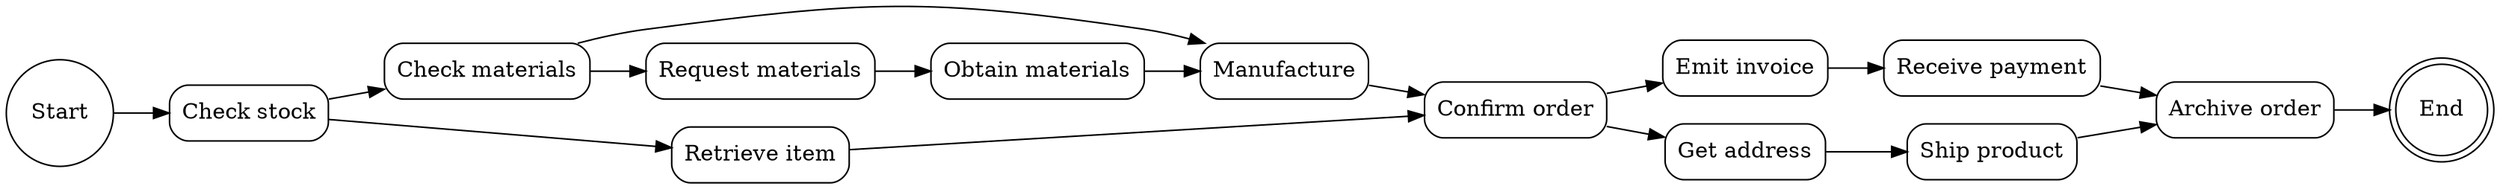
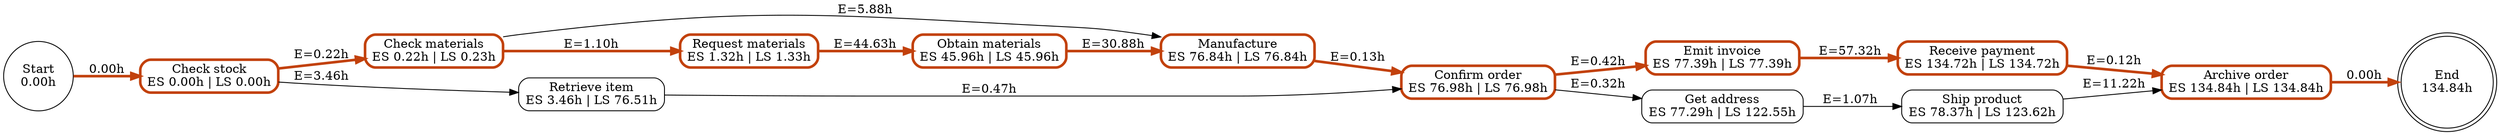
digraph alpha_net {
  rankdir=LR;
  node [shape=box, style="rounded"];
-   start [label="Start", shape=circle];
-   end [label="End", shape=doublecircle];
-   "Archive order" [label="Archive order"];
-   "Check materials availability" [label="Check materials"];
-   "Check stock availability" [label="Check stock"];
-   "Confirm order" [label="Confirm order"];
-   "Emit invoice" [label="Emit invoice"];
-   "Get shipping address" [label="Get address"];
-   "Manufacture product" [label="Manufacture"];
-   "Obtain raw materials" [label="Obtain materials"];
-   "Receive payment" [label="Receive payment"];
-   "Request raw materials" [label="Request materials"];
-   "Retrieve product from warehouse" [label="Retrieve item"];
-   "Ship product" [label="Ship product"];
-   start -> "Check stock availability";
-   "Check materials availability" -> "Manufacture product";
-   "Check materials availability" -> "Request raw materials";
-   "Check stock availability" -> "Check materials availability";
-   "Check stock availability" -> "Retrieve product from warehouse";
-   "Confirm order" -> "Emit invoice";
-   "Confirm order" -> "Get shipping address";
-   "Emit invoice" -> "Receive payment";
-   "Get shipping address" -> "Ship product";
-   "Manufacture product" -> "Confirm order";
-   "Obtain raw materials" -> "Manufacture product";
-   "Receive payment" -> "Archive order";
-   "Request raw materials" -> "Obtain raw materials";
-   "Retrieve product from warehouse" -> "Confirm order";
-   "Ship product" -> "Archive order";
-   "Archive order" -> end;
+   start [label="Start\n0.00h", shape=circle];
+   end [label="End\n134.84h", shape=doublecircle];
+   "Archive order" [label="Archive order\nES 134.84h | LS 134.84h" color="#c2410c" penwidth=3];
+   "Check materials availability" [label="Check materials\nES 0.22h | LS 0.23h" color="#c2410c" penwidth=3];
+   "Check stock availability" [label="Check stock\nES 0.00h | LS 0.00h" color="#c2410c" penwidth=3];
+   "Confirm order" [label="Confirm order\nES 76.98h | LS 76.98h" color="#c2410c" penwidth=3];
+   "Emit invoice" [label="Emit invoice\nES 77.39h | LS 77.39h" color="#c2410c" penwidth=3];
+   "Get shipping address" [label="Get address\nES 77.29h | LS 122.55h"];
+   "Manufacture product" [label="Manufacture\nES 76.84h | LS 76.84h" color="#c2410c" penwidth=3];
+   "Obtain raw materials" [label="Obtain materials\nES 45.96h | LS 45.96h" color="#c2410c" penwidth=3];
+   "Receive payment" [label="Receive payment\nES 134.72h | LS 134.72h" color="#c2410c" penwidth=3];
+   "Request raw materials" [label="Request materials\nES 1.32h | LS 1.33h" color="#c2410c" penwidth=3];
+   "Retrieve product from warehouse" [label="Retrieve item\nES 3.46h | LS 76.51h"];
+   "Ship product" [label="Ship product\nES 78.37h | LS 123.62h"];
+   start -> "Check stock availability" [label="0.00h" color="#c2410c" penwidth=3];
+   "Check materials availability" -> "Manufacture product" [label="E=5.88h"];
+   "Check materials availability" -> "Request raw materials" [label="E=1.10h" color="#c2410c" penwidth=3];
+   "Check stock availability" -> "Check materials availability" [label="E=0.22h" color="#c2410c" penwidth=3];
+   "Check stock availability" -> "Retrieve product from warehouse" [label="E=3.46h"];
+   "Confirm order" -> "Emit invoice" [label="E=0.42h" color="#c2410c" penwidth=3];
+   "Confirm order" -> "Get shipping address" [label="E=0.32h"];
+   "Emit invoice" -> "Receive payment" [label="E=57.32h" color="#c2410c" penwidth=3];
+   "Get shipping address" -> "Ship product" [label="E=1.07h"];
+   "Manufacture product" -> "Confirm order" [label="E=0.13h" color="#c2410c" penwidth=3];
+   "Obtain raw materials" -> "Manufacture product" [label="E=30.88h" color="#c2410c" penwidth=3];
+   "Receive payment" -> "Archive order" [label="E=0.12h" color="#c2410c" penwidth=3];
+   "Request raw materials" -> "Obtain raw materials" [label="E=44.63h" color="#c2410c" penwidth=3];
+   "Retrieve product from warehouse" -> "Confirm order" [label="E=0.47h"];
+   "Ship product" -> "Archive order" [label="E=11.22h"];
+   "Archive order" -> end [label="0.00h" color="#c2410c" penwidth=3];
}
